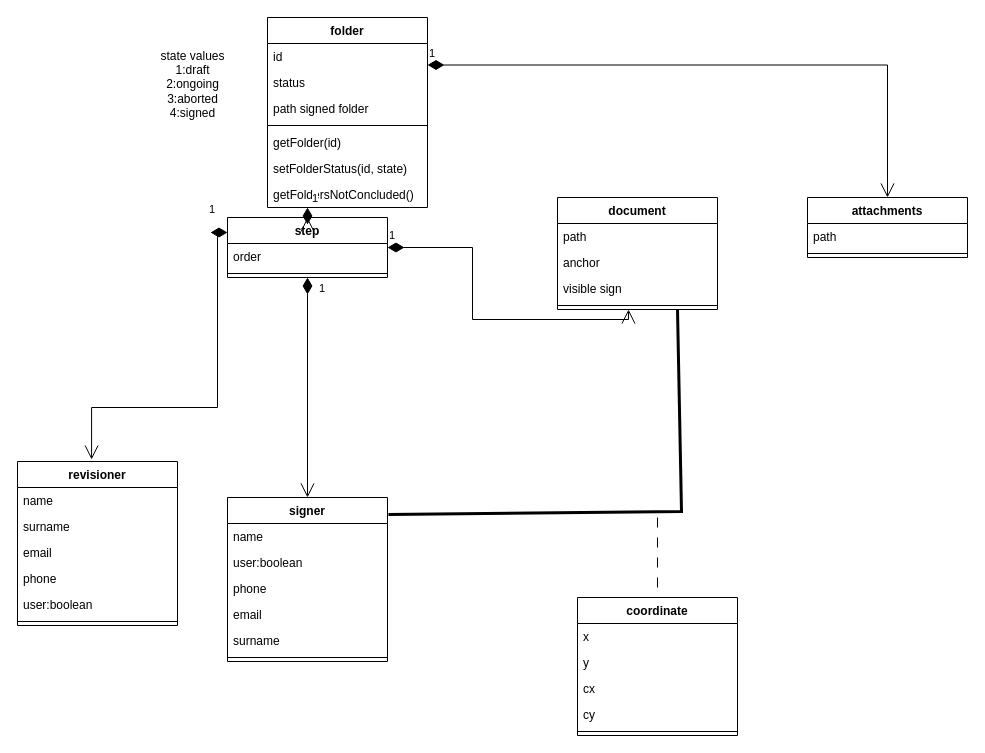
Before: page "model" (1 of 2) of model.drawio in carnivuth/digitalsignIntegrationdoc, a draw.io diagram. Source tidied: cells renumbered, new cells numbered last; positions are measured from the earlier drawing's top-left corner, leaving out a move shared by most shapes. Both pictures are drawn from the tidied source at 100%, with x=0, y=0 at pixel (17, 17).
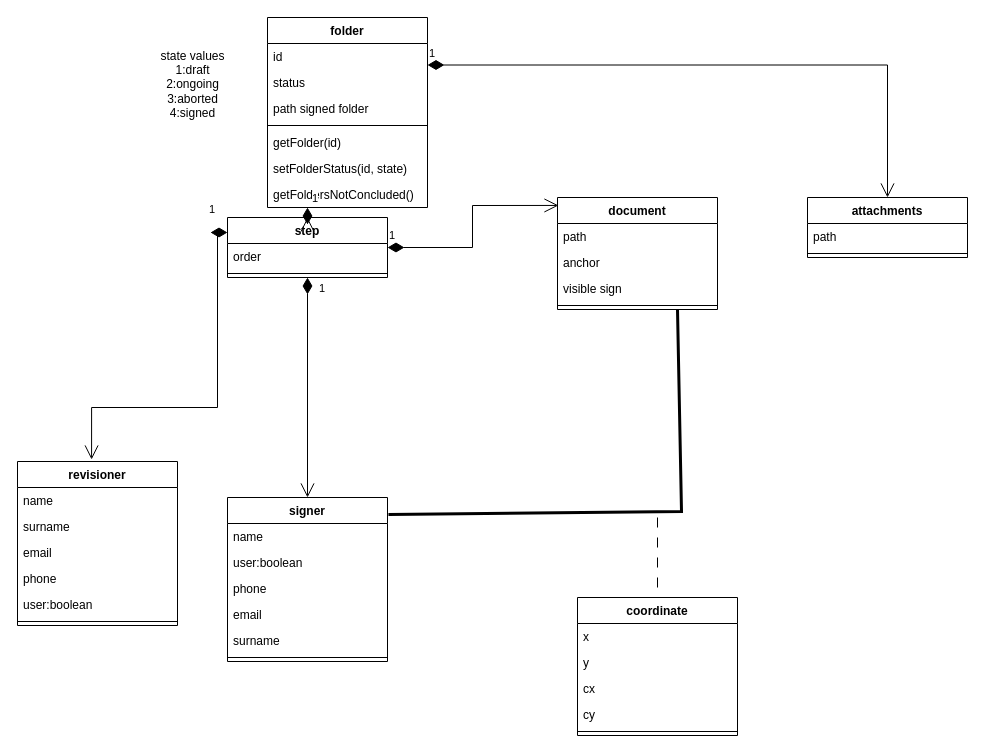
The same page after the edit.

The change refers to these unchanged cells:
```xml
<mxCell id="10" value="document" style="swimlane;fontStyle=1;align=center;verticalAlign=top;horizontal=1;startSize=26;" parent="1" vertex="1">
  <mxGeometry x="540" y="180" width="160" height="112" as="geometry" />
</mxCell>
<mxCell id="14" style="line;strokeWidth=1;fillColor=none;align=left;verticalAlign=middle;spacingTop=-1;spacingLeft=3;spacingRight=3;labelPosition=right;points=[];portConstraint=eastwest;strokeColor=inherit;" parent="10" vertex="1">
  <mxGeometry y="104" width="160" height="8" as="geometry" />
</mxCell>
<mxCell id="29" value="step" style="swimlane;fontStyle=1;align=center;verticalAlign=top;horizontal=1;startSize=26;" parent="1" vertex="1">
  <mxGeometry x="210" y="200" width="160" height="60" as="geometry" />
</mxCell>
```

Change to the diagram source:
```diff
@@
-    <mxCell id="40" value="1" style="endArrow=open;html=1;endSize=12;startArrow=diamondThin;startSize=14;startFill=1;edgeStyle=orthogonalEdgeStyle;align=left;verticalAlign=bottom;rounded=0;exitX=1;exitY=0.5;exitDx=0;exitDy=0;entryX=0.444;entryY=1;entryDx=0;entryDy=0;entryPerimeter=0;" parent="1" edge="1" source="29" target="14">
+    <mxCell id="40" value="1" style="endArrow=open;html=1;endSize=12;startArrow=diamondThin;startSize=14;startFill=1;edgeStyle=orthogonalEdgeStyle;align=left;verticalAlign=bottom;rounded=0;exitX=1;exitY=0.5;exitDx=0;exitDy=0;entryX=0.006;entryY=0.071;entryDx=0;entryDy=0;entryPerimeter=0;" parent="1" edge="1" source="29" target="10">
       <mxGeometry x="-1" y="3" relative="1" as="geometry" />
     </mxCell>
```
